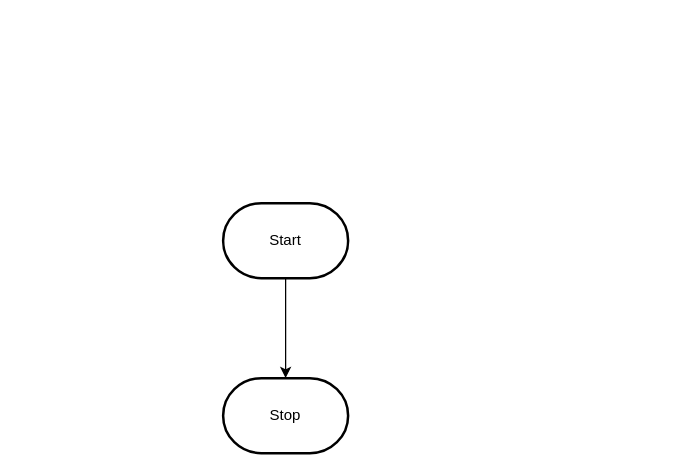
Before: design/flowchart.drawio in MTHS-ICS2O-2-2022/ICS2O-Unit-3-02-janet-do, a draw.io diagram. Source tidied: cells renumbered, new cells numbered last; positions are measured from the earlier drawing's top-left corner, leaving out a move shared by most shapes. Both pictures are drawn from the tidied source at 125%, with x=0, y=0 at pixel (222, 202).
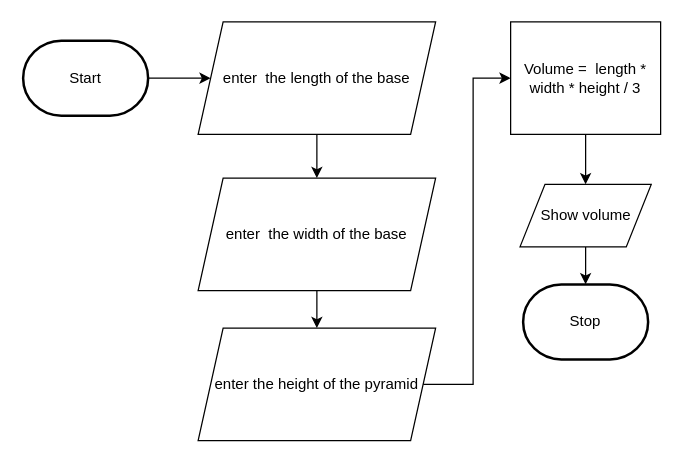
The same diagram, later.

Change to the diagram source:
```diff
@@
 <mxGraphModel>
   <root>
     <mxCell id="0" />
     <mxCell id="1" parent="0" />
-    <mxCell id="2" style="edgeStyle=orthogonalEdgeStyle;html=1;rounded=0;" parent="1" edge="1" source="3" target="4">
-      <mxGeometry relative="1" as="geometry" />
-    </mxCell>
+    <mxCell id="5" style="edgeStyle=orthogonalEdgeStyle;html=1;exitX=1;exitY=0.5;exitDx=0;exitDy=0;exitPerimeter=0;rounded=0;" parent="1" edge="1" source="3" target="7">
+      <mxGeometry relative="1" as="geometry" />
+    </mxCell>
     <mxCell id="3" value="Start" style="strokeWidth=2;html=1;shape=mxgraph.flowchart.terminator;whiteSpace=wrap;" parent="1" vertex="1">
-      <mxGeometry width="100" height="60" as="geometry" />
+      <mxGeometry x="-160" y="-130" width="100" height="60" as="geometry" />
     </mxCell>
     <mxCell id="4" value="Stop" style="strokeWidth=2;html=1;shape=mxgraph.flowchart.terminator;whiteSpace=wrap;" parent="1" vertex="1">
-      <mxGeometry y="140" width="100" height="60" as="geometry" />
+      <mxGeometry x="240" y="65" width="100" height="60" as="geometry" />
     </mxCell>
+    <mxCell id="6" style="edgeStyle=orthogonalEdgeStyle;rounded=0;html=1;" parent="1" edge="1" source="7" target="9">
+      <mxGeometry relative="1" as="geometry" />
+    </mxCell>
+    <mxCell id="7" value="enter&amp;nbsp; the length of the base" style="shape=parallelogram;perimeter=parallelogramPerimeter;whiteSpace=wrap;html=1;fixedSize=1;" parent="1" vertex="1">
+      <mxGeometry x="-20" y="-145" width="190" height="90" as="geometry" />
+    </mxCell>
+    <mxCell id="8" style="edgeStyle=orthogonalEdgeStyle;rounded=0;html=1;exitX=0.5;exitY=1;exitDx=0;exitDy=0;" parent="1" edge="1" source="9" target="11">
+      <mxGeometry relative="1" as="geometry" />
+    </mxCell>
+    <mxCell id="9" value="enter&amp;nbsp; the width of the base" style="shape=parallelogram;perimeter=parallelogramPerimeter;whiteSpace=wrap;html=1;fixedSize=1;" parent="1" vertex="1">
+      <mxGeometry x="-20" y="-20" width="190" height="90" as="geometry" />
+    </mxCell>
+    <mxCell id="10" style="edgeStyle=orthogonalEdgeStyle;shape=connector;rounded=0;html=1;exitX=1;exitY=0.5;exitDx=0;exitDy=0;entryX=0;entryY=0.5;entryDx=0;entryDy=0;labelBackgroundColor=default;strokeColor=default;fontFamily=Helvetica;fontSize=11;fontColor=default;endArrow=classic;" parent="1" edge="1" source="11" target="13">
+      <mxGeometry relative="1" as="geometry" />
+    </mxCell>
+    <mxCell id="11" value="enter the height of the pyramid" style="shape=parallelogram;perimeter=parallelogramPerimeter;whiteSpace=wrap;html=1;fixedSize=1;" parent="1" vertex="1">
+      <mxGeometry x="-20" y="100" width="190" height="90" as="geometry" />
+    </mxCell>
+    <mxCell id="12" style="edgeStyle=orthogonalEdgeStyle;rounded=0;html=1;exitX=0.5;exitY=1;exitDx=0;exitDy=0;" parent="1" edge="1" source="13" target="15">
+      <mxGeometry relative="1" as="geometry" />
+    </mxCell>
+    <mxCell id="13" value="Volume =&amp;nbsp; length * width * height / 3" style="rounded=0;whiteSpace=wrap;html=1;" parent="1" vertex="1">
+      <mxGeometry x="230" y="-145" width="120" height="90" as="geometry" />
+    </mxCell>
+    <mxCell id="14" style="edgeStyle=orthogonalEdgeStyle;shape=connector;rounded=0;html=1;exitX=0.5;exitY=1;exitDx=0;exitDy=0;entryX=0.5;entryY=0;entryDx=0;entryDy=0;entryPerimeter=0;labelBackgroundColor=default;strokeColor=default;fontFamily=Helvetica;fontSize=11;fontColor=default;endArrow=classic;" parent="1" edge="1" source="15" target="4">
+      <mxGeometry relative="1" as="geometry" />
+    </mxCell>
+    <mxCell id="15" value="Show volume" style="shape=parallelogram;perimeter=parallelogramPerimeter;whiteSpace=wrap;html=1;fixedSize=1;" parent="1" vertex="1">
+      <mxGeometry x="237.5" y="-15" width="105" height="50" as="geometry" />
+    </mxCell>
   </root>
 </mxGraphModel>
```
